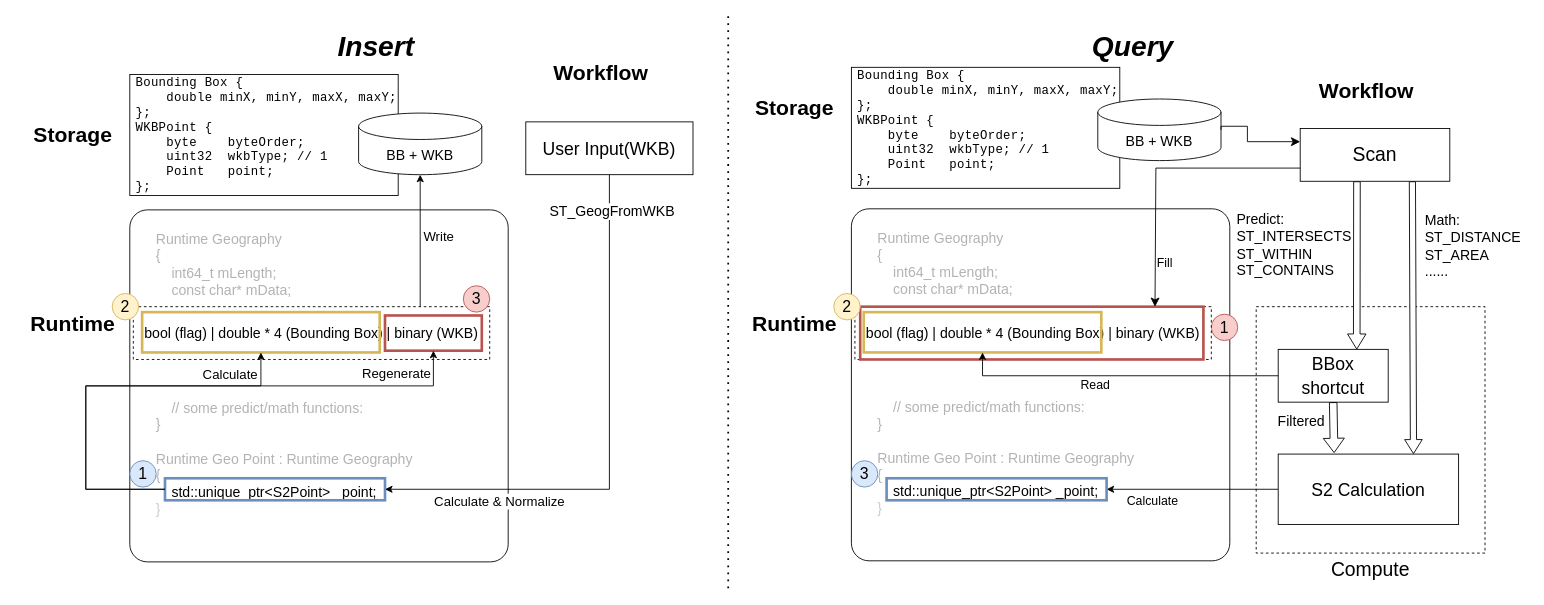
Before: page "Page-4" (4 of 13) of geofuncs.drawio in shinyano/drawio, a draw.io diagram. Source tidied: cells renumbered, new cells numbered last; positions are measured from the earlier drawing's top-left corner, leaving out a move shared by most shapes. Both pictures are drawn from the tidied source at 88%, with x=0, y=0 at pixel (15, 16).
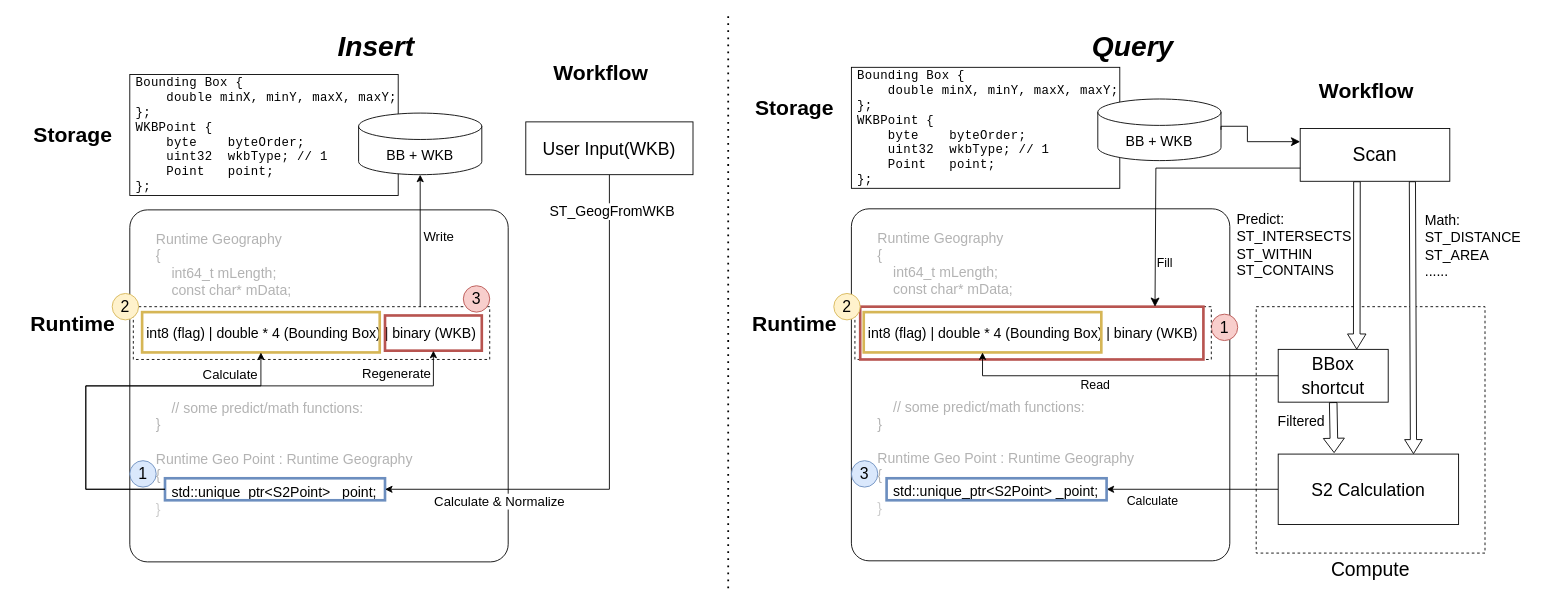
Above is the later version.

Diff of the diagram source:
```diff
@@
-    <mxCell id="14" value="bool (flag) | double * 4 (Bounding Box) | binary (WKB)" style="rounded=0;whiteSpace=wrap;html=1;dashed=1;fontSize=16;" parent="1" vertex="1">
+    <mxCell id="14" value="int8 (flag) | double * 4 (Bounding Box) | binary (WKB)" style="rounded=0;whiteSpace=wrap;html=1;dashed=1;fontSize=16;" parent="1" vertex="1">
       <mxGeometry x="134" y="330" width="405" height="60" as="geometry" />
     </mxCell>
@@
-    <mxCell id="52" value="bool (flag) | double * 4 (Bounding Box) | binary (WKB)" style="rounded=0;whiteSpace=wrap;html=1;dashed=1;fontSize=16;" parent="1" vertex="1">
+    <mxCell id="52" value="int8 (flag) | double * 4 (Bounding Box) | binary (WKB)" style="rounded=0;whiteSpace=wrap;html=1;dashed=1;fontSize=16;" parent="1" vertex="1">
       <mxGeometry x="954" y="330" width="405" height="60" as="geometry" />
     </mxCell>
```
